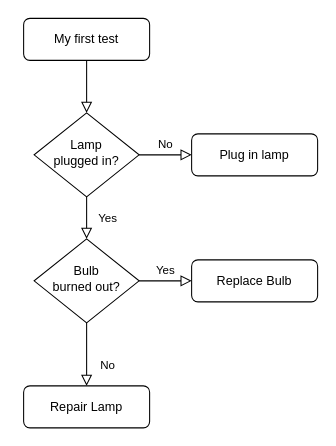
This is DrawIOFiles/MyFirstTest.drawio from vivelejrlee/DrawIO, a draw.io file, before an edit. Source tidied: cells renumbered, new cells numbered last; positions are measured from the earlier drawing's top-left corner, leaving out a move shared by most shapes. Both pictures are drawn from the tidied source at 105%, with x=0, y=0 at pixel (23, 18).
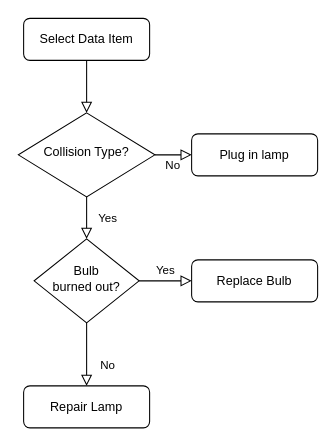
Above is the later version.

Change to the diagram source:
```diff
@@
 <mxGraphModel>
   <root>
     <mxCell id="0" />
     <mxCell id="1" parent="0" />
     <mxCell id="2" style="rounded=0;html=1;jettySize=auto;fontSize=11;endArrow=block;endFill=0;endSize=8;strokeWidth=1;shadow=0;labelBackgroundColor=none;edgeStyle=orthogonalEdgeStyle;" parent="1" edge="1" source="3" target="6">
       <mxGeometry relative="1" as="geometry" />
     </mxCell>
-    <mxCell id="3" value="My first test" style="rounded=1;whiteSpace=wrap;html=1;fontSize=12;glass=0;strokeWidth=1;shadow=0;" parent="1" vertex="1">
+    <mxCell id="3" value="Select Data Item" style="rounded=1;whiteSpace=wrap;html=1;fontSize=12;glass=0;strokeWidth=1;shadow=0;" parent="1" vertex="1">
       <mxGeometry width="120" height="40" as="geometry" />
     </mxCell>
     <mxCell id="4" value="Yes" style="rounded=0;html=1;jettySize=auto;fontSize=11;endArrow=block;endFill=0;endSize=8;strokeWidth=1;shadow=0;labelBackgroundColor=none;edgeStyle=orthogonalEdgeStyle;" parent="1" edge="1" source="6" target="10">
       <mxGeometry y="20" relative="1" as="geometry" />
     </mxCell>
     <mxCell id="5" value="No" style="edgeStyle=orthogonalEdgeStyle;rounded=0;html=1;jettySize=auto;fontSize=11;endArrow=block;endFill=0;endSize=8;strokeWidth=1;shadow=0;labelBackgroundColor=none;" parent="1" edge="1" source="6" target="7">
       <mxGeometry y="10" relative="1" as="geometry" />
     </mxCell>
-    <mxCell id="6" value="Lamp&lt;br&gt;plugged in?" style="rhombus;whiteSpace=wrap;html=1;shadow=0;fontFamily=Helvetica;fontSize=12;align=center;strokeWidth=1;spacing=6;spacingTop=-4;" parent="1" vertex="1">
-      <mxGeometry x="10" y="90" width="100" height="80" as="geometry" />
+    <mxCell id="6" value="Collision Type?" style="rhombus;whiteSpace=wrap;html=1;shadow=0;fontFamily=Helvetica;fontSize=12;align=center;strokeWidth=1;spacing=6;spacingTop=-4;" parent="1" vertex="1">
+      <mxGeometry x="-5" y="90" width="130" height="80" as="geometry" />
     </mxCell>
     <mxCell id="7" value="Plug in lamp" style="rounded=1;whiteSpace=wrap;html=1;fontSize=12;glass=0;strokeWidth=1;shadow=0;" parent="1" vertex="1">
       <mxGeometry x="160" y="110" width="120" height="40" as="geometry" />
     </mxCell>
     <mxCell id="8" value="No" style="rounded=0;html=1;jettySize=auto;fontSize=11;endArrow=block;endFill=0;endSize=8;strokeWidth=1;shadow=0;labelBackgroundColor=none;edgeStyle=orthogonalEdgeStyle;" parent="1" edge="1" source="10" target="11">
       <mxGeometry x="0.33" y="20" relative="1" as="geometry" />
     </mxCell>
     <mxCell id="9" value="Yes" style="edgeStyle=orthogonalEdgeStyle;rounded=0;html=1;jettySize=auto;fontSize=11;endArrow=block;endFill=0;endSize=8;strokeWidth=1;shadow=0;labelBackgroundColor=none;" parent="1" edge="1" source="10" target="12">
       <mxGeometry y="10" relative="1" as="geometry" />
     </mxCell>
     <mxCell id="10" value="Bulb&lt;br&gt;burned out?" style="rhombus;whiteSpace=wrap;html=1;shadow=0;fontFamily=Helvetica;fontSize=12;align=center;strokeWidth=1;spacing=6;spacingTop=-4;" parent="1" vertex="1">
       <mxGeometry x="10" y="210" width="100" height="80" as="geometry" />
     </mxCell>
     <mxCell id="11" value="Repair Lamp" style="rounded=1;whiteSpace=wrap;html=1;fontSize=12;glass=0;strokeWidth=1;shadow=0;" parent="1" vertex="1">
       <mxGeometry y="350" width="120" height="40" as="geometry" />
     </mxCell>
     <mxCell id="12" value="Replace Bulb" style="rounded=1;whiteSpace=wrap;html=1;fontSize=12;glass=0;strokeWidth=1;shadow=0;" parent="1" vertex="1">
       <mxGeometry x="160" y="230" width="120" height="40" as="geometry" />
     </mxCell>
   </root>
 </mxGraphModel>
```
